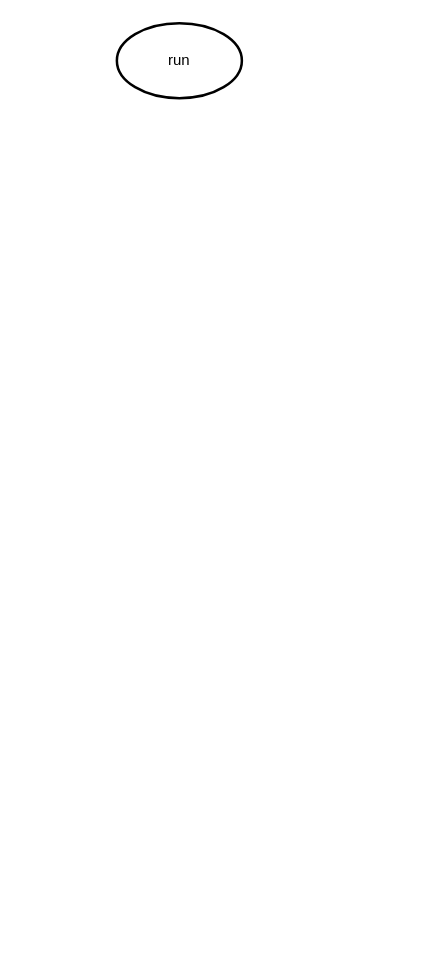
Earlier version of the draw.io diagram springboot启动流程.drawio (AC-GITHUB/drawio). Source tidied: cells renumbered, new cells numbered last; positions are measured from the earlier drawing's top-left corner, leaving out a move shared by most shapes. Both pictures are drawn from the tidied source at 125%, with x=0, y=0 at pixel (116, 22).
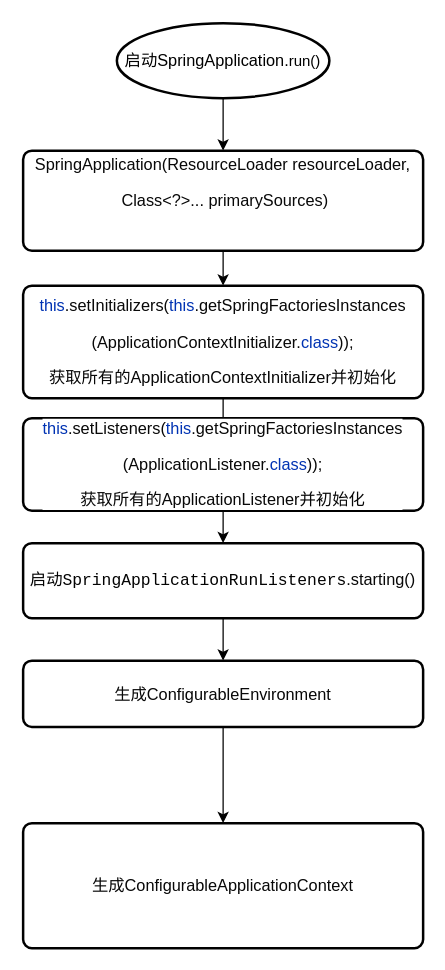
After the change.

Commit message:
更新springboot启动流程.drawio

Diff of the diagram source:
```diff
@@
 <mxGraphModel>
   <root>
     <mxCell id="0" />
     <mxCell id="1" parent="0" />
+    <mxCell id="3" style="edgeStyle=orthogonalEdgeStyle;rounded=0;jettySize=auto;html=1;exitX=0.5;exitY=1;exitDx=0;exitDy=0;exitPerimeter=0;entryX=0.5;entryY=0;entryDx=0;entryDy=0;" parent="1" edge="1" source="2" target="10">
+      <mxGeometry relative="1" as="geometry" />
+    </mxCell>
-    <mxCell id="2" value="run" style="strokeWidth=2;html=1;shape=mxgraph.flowchart.start_1;whiteSpace=wrap;" parent="1" vertex="1">
-      <mxGeometry width="100" height="60" as="geometry" />
+    <mxCell id="2" value="&lt;span style=&quot;background-color: rgb(255 , 255 , 255)&quot;&gt;&lt;span style=&quot;font-family: &amp;#34;jetbrains mono&amp;#34; ; font-size: 9.8pt&quot;&gt;启动SpringApplication.&lt;/span&gt;run()&lt;/span&gt;" style="strokeWidth=2;html=1;shape=mxgraph.flowchart.start_1;whiteSpace=wrap;" parent="1" vertex="1">
+      <mxGeometry width="170" height="60" as="geometry" />
     </mxCell>
+    <mxCell id="4" style="edgeStyle=orthogonalEdgeStyle;rounded=0;jettySize=auto;html=1;" parent="1" edge="1" source="5" target="7">
+      <mxGeometry relative="1" as="geometry" />
+    </mxCell>
+    <mxCell id="5" value="&lt;pre style=&quot;font-size: 9.8pt&quot;&gt;&lt;pre style=&quot;font-size: 9.8pt ; background-color: rgb(255 , 255 , 255) ; color: rgb(8 , 8 , 8) ; font-family: &amp;#34;jetbrains mono&amp;#34;&quot;&gt;&lt;span style=&quot;color: rgb(3 , 3 , 3) ; font-family: &amp;#34;courier new&amp;#34; ; font-size: 9.8pt&quot;&gt;启动SpringApplicationRunListeners&lt;/span&gt;.starting()&lt;/pre&gt;&lt;/pre&gt;" style="rounded=1;whiteSpace=wrap;html=1;absoluteArcSize=1;arcSize=14;strokeWidth=2;" parent="1" vertex="1">
+      <mxGeometry x="-75" y="416" width="320" height="60" as="geometry" />
+    </mxCell>
+    <mxCell id="6" style="edgeStyle=orthogonalEdgeStyle;rounded=0;jettySize=auto;html=1;" parent="1" edge="1" source="7" target="8">
+      <mxGeometry relative="1" as="geometry" />
+    </mxCell>
+    <mxCell id="7" value="&lt;pre style=&quot;font-size: 9.8pt&quot;&gt;&lt;pre style=&quot;background-color: #ffffff ; color: #080808 ; font-family: &amp;#34;jetbrains mono&amp;#34; ; font-size: 9.8pt&quot;&gt;&lt;pre style=&quot;font-family: &amp;#34;jetbrains mono&amp;#34; ; font-size: 9.8pt&quot;&gt;生成ConfigurableEnvironment&lt;/pre&gt;&lt;/pre&gt;&lt;/pre&gt;" style="rounded=1;whiteSpace=wrap;html=1;absoluteArcSize=1;arcSize=14;strokeWidth=2;" parent="1" vertex="1">
+      <mxGeometry x="-75" y="510" width="320" height="53" as="geometry" />
+    </mxCell>
+    <mxCell id="8" value="&lt;pre style=&quot;font-size: 9.8pt&quot;&gt;&lt;pre style=&quot;background-color: #ffffff ; color: #080808 ; font-family: &amp;#34;jetbrains mono&amp;#34; ; font-size: 9.8pt&quot;&gt;&lt;pre style=&quot;font-family: &amp;#34;jetbrains mono&amp;#34; ; font-size: 9.8pt&quot;&gt;生成ConfigurableApplicationContext&lt;/pre&gt;&lt;/pre&gt;&lt;/pre&gt;" style="rounded=1;whiteSpace=wrap;html=1;absoluteArcSize=1;arcSize=14;strokeWidth=2;" parent="1" vertex="1">
+      <mxGeometry x="-75" y="640" width="320" height="100" as="geometry" />
+    </mxCell>
+    <mxCell id="9" style="edgeStyle=none;rounded=0;jettySize=auto;html=1;" parent="1" edge="1" source="11" target="5">
+      <mxGeometry relative="1" as="geometry" />
+    </mxCell>
+    <mxCell id="10" value="&lt;pre style=&quot;background-color: #ffffff ; color: #080808 ; font-family: &amp;#34;jetbrains mono&amp;#34; ; font-size: 9.8pt&quot;&gt;SpringApplication(ResourceLoader resourceLoader,&lt;/pre&gt;&lt;pre style=&quot;background-color: #ffffff ; color: #080808 ; font-family: &amp;#34;jetbrains mono&amp;#34; ; font-size: 9.8pt&quot;&gt; Class&amp;lt;?&amp;gt;... primarySources)&lt;/pre&gt;&lt;pre style=&quot;background-color: #ffffff ; color: #080808 ; font-family: &amp;#34;jetbrains mono&amp;#34; ; font-size: 9.8pt&quot;&gt;&lt;br&gt;&lt;/pre&gt;" style="rounded=1;whiteSpace=wrap;html=1;absoluteArcSize=1;arcSize=14;strokeWidth=2;" parent="1" vertex="1">
+      <mxGeometry x="-75" y="102" width="320" height="80" as="geometry" />
+    </mxCell>
+    <mxCell id="11" value="&lt;pre style=&quot;background-color: #ffffff ; color: #080808 ; font-family: &amp;#34;jetbrains mono&amp;#34; ; font-size: 9.8pt&quot;&gt;&lt;span style=&quot;color: #0033b3&quot;&gt;this&lt;/span&gt;.setInitializers(&lt;span style=&quot;color: #0033b3&quot;&gt;this&lt;/span&gt;.getSpringFactoriesInstances&lt;/pre&gt;&lt;pre style=&quot;background-color: #ffffff ; color: #080808 ; font-family: &amp;#34;jetbrains mono&amp;#34; ; font-size: 9.8pt&quot;&gt;(ApplicationContextInitializer.&lt;span style=&quot;color: #0033b3&quot;&gt;class&lt;/span&gt;));&lt;/pre&gt;&lt;pre style=&quot;background-color: #ffffff ; color: #080808 ; font-family: &amp;#34;jetbrains mono&amp;#34; ; font-size: 9.8pt&quot;&gt;获取所有的ApplicationContextInitializer并初始化&lt;/pre&gt;" style="rounded=1;whiteSpace=wrap;html=1;absoluteArcSize=1;arcSize=14;strokeWidth=2;" parent="1" vertex="1">
+      <mxGeometry x="-75" y="210" width="320" height="90" as="geometry" />
+    </mxCell>
+    <mxCell id="12" style="edgeStyle=none;rounded=0;jettySize=auto;html=1;" parent="1" edge="1" source="10" target="11">
+      <mxGeometry relative="1" as="geometry" />
+    </mxCell>
+    <mxCell id="13" value="&lt;pre style=&quot;background-color: #ffffff ; color: #080808 ; font-family: &amp;#34;jetbrains mono&amp;#34; ; font-size: 9.8pt&quot;&gt;&lt;span style=&quot;color: #0033b3&quot;&gt;this&lt;/span&gt;.setListeners(&lt;span style=&quot;color: #0033b3&quot;&gt;this&lt;/span&gt;.getSpringFactoriesInstances&lt;/pre&gt;&lt;pre style=&quot;background-color: #ffffff ; color: #080808 ; font-family: &amp;#34;jetbrains mono&amp;#34; ; font-size: 9.8pt&quot;&gt;(ApplicationListener.&lt;span style=&quot;color: #0033b3&quot;&gt;class&lt;/span&gt;));&lt;/pre&gt;&lt;pre style=&quot;background-color: #ffffff ; color: #080808 ; font-family: &amp;#34;jetbrains mono&amp;#34; ; font-size: 9.8pt&quot;&gt;获取所有的ApplicationListener并初始化&lt;/pre&gt;" style="rounded=1;whiteSpace=wrap;html=1;absoluteArcSize=1;arcSize=14;strokeWidth=2;" parent="1" vertex="1">
+      <mxGeometry x="-75" y="316" width="320" height="74" as="geometry" />
+    </mxCell>
   </root>
 </mxGraphModel>
```
